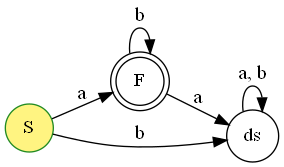
This is Chapter 05 DFA/vizTool.png from morazanm/ATFL4CS-CODE, a Graphviz export, as it was before one commit. Its source is kept beside it as Chapter 05 DFA/vizTool.dot. The source it was exported from:
```dot
digraph G {
    rankdir="LR";
    F [label="F", shape="doublecircle", color="black"];
    S [label="S", fillcolor="#ffea037F", style="filled", shape="circle", color="forestgreen"];
    ds [label="ds", shape="circle", color="black"];
    S -> F [label="a", fontsize=15];
    S -> ds [label="b", fontsize=15];
    F -> ds [label="a", fontsize=15];
    F -> F [label="b", fontsize=15];
    ds -> ds [label="a, b", fontsize=15];
}
```
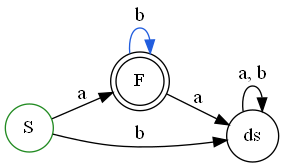
The same diagram one commit later.

The edit, as a diff of the source:
```diff
@@ -1,11 +1,11 @@
 digraph G {
     rankdir="LR";
-    F [label="F", shape="doublecircle", color="black"];
-    S [label="S", fillcolor="#ffea037F", style="filled", shape="circle", color="forestgreen"];
+    F [label="F", fillcolor="transparent", style="filled", shape="doublecircle"];
+    S [label="S", shape="circle", color="forestgreen"];
     ds [label="ds", shape="circle", color="black"];
     S -> F [label="a", fontsize=15];
     S -> ds [label="b", fontsize=15];
     F -> ds [label="a", fontsize=15];
-    F -> F [label="b", fontsize=15];
+    F -> F [color="#215dde", fontsize=15, label="b"];
     ds -> ds [label="a, b", fontsize=15];
 }
```
